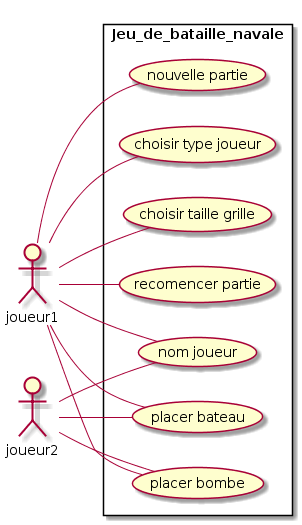
This is UML/cas_utilisation.png from saraben28/Bataille-Navale, a PlantUML export, as it was before one commit.
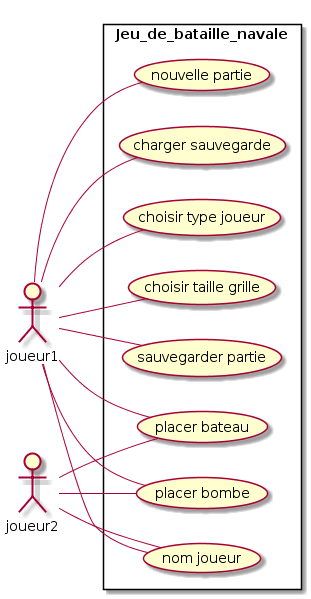
The same diagram one commit later.

The edit, as a diff of the source:
```diff
@@ -8,12 +8,13 @@
 
 rectangle Jeu_de_bataille_navale {
    joueur1 -- (nouvelle partie)
+   joueur1 -- (charger sauvegarde)
    joueur1 -- (choisir type joueur)
    joueur1 -- (choisir taille grille)
-   joueur1 -- (recomencer partie)
    joueur1 -- (nom joueur)
    joueur1 -- (placer bateau)
    joueur1 -- (placer bombe)
+   joueur1 -- (sauvegarder partie)
    joueur2 -- (nom joueur)
    joueur2 -- (placer bateau)
    joueur2 -- (placer bombe)
```
